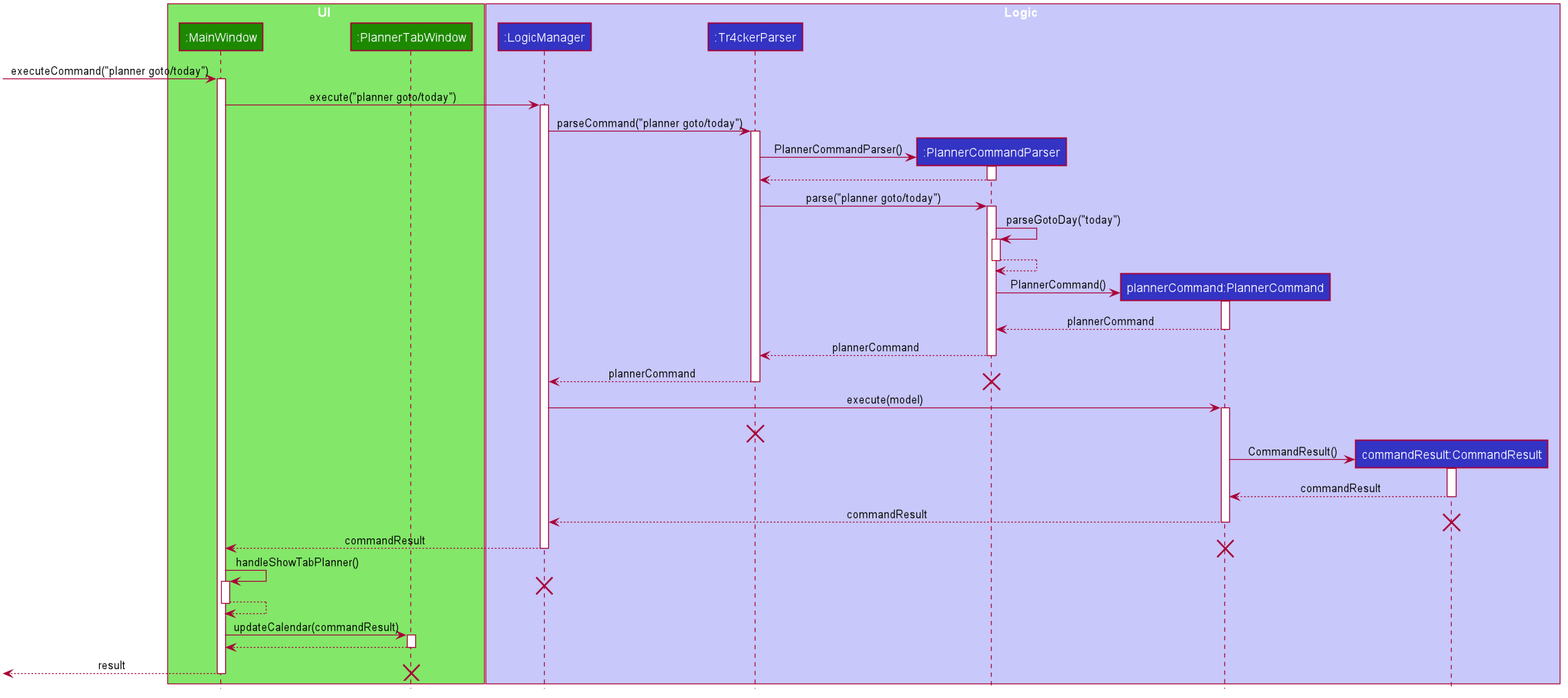
Earlier version of the PlantUML export docs/images/PlannerSequenceDiagram.png (yingqi0607/tp). The source it was exported from:
```plantuml
@startuml









skinparam BackgroundColor #FFFFFFF

skinparam Shadowing false

skinparam Class {
    FontColor #FFFFFF
    BorderThickness 1
    BorderColor #FFFFFF
    StereotypeFontColor #FFFFFF
    FontName Arial
}

skinparam Actor {
    BorderColor #000000
    Color #000000
    FontName Arial
}

skinparam Sequence {
    MessageAlign center
    BoxFontSize 15
    BoxPadding 0
    BoxFontColor #FFFFFF
    FontName Arial
}

skinparam Participant {
    FontColor #FFFFFFF
    Padding 20
}

skinparam MinClassWidth 50
skinparam ParticipantPadding 10
skinparam Shadowing false
skinparam DefaultTextAlignment center
skinparam packageStyle Rectangle

hide footbox
hide circle

box UI #83E769
participant ":MainWindow" as MainWindow #1D8900
participant ":PlannerTabWindow" as PlannerTabWindow #1D8900
end box

box Logic #C8C8FA
participant ":LogicManager" as LogicManager #3333C4
participant ":Tr4ckerParser" as Tr4ckerParser #3333C4
participant ":PlannerCommandParser" as PlannerCommandParser #3333C4
participant "plannerCommand:PlannerCommand" as PlannerCommand #3333C4
participant "commandResult:CommandResult" as CommandResult #3333C4
end box

[-> MainWindow : executeCommand("planner goto/today")
activate MainWindow

MainWindow -> LogicManager : execute("planner goto/today")
activate LogicManager

LogicManager -> Tr4ckerParser : parseCommand("planner goto/today")
activate Tr4ckerParser

create PlannerCommandParser
Tr4ckerParser -> PlannerCommandParser : PlannerCommandParser()
activate PlannerCommandParser

PlannerCommandParser --> Tr4ckerParser
deactivate PlannerCommandParser

Tr4ckerParser -> PlannerCommandParser : parse("planner goto/today")
activate PlannerCommandParser

PlannerCommandParser -> PlannerCommandParser : parseGotoDay("today")
activate PlannerCommandParser
PlannerCommandParser --> PlannerCommandParser
deactivate PlannerCommandParser

create PlannerCommand
PlannerCommandParser -> PlannerCommand : PlannerCommand()
activate PlannerCommand

PlannerCommand --> PlannerCommandParser : plannerCommand
deactivate PlannerCommand
PlannerCommandParser --> Tr4ckerParser : plannerCommand
deactivate PlannerCommandParser
Tr4ckerParser --> LogicManager : plannerCommand
deactivate Tr4ckerParser
destroy PlannerCommandParser

LogicManager -> PlannerCommand : execute(model)
activate PlannerCommand
destroy Tr4ckerParser

create CommandResult
PlannerCommand -> CommandResult : CommandResult()
activate CommandResult

CommandResult --> PlannerCommand : commandResult
deactivate CommandResult
PlannerCommand --> LogicManager : commandResult
deactivate PlannerCommand
destroy CommandResult
LogicManager --> MainWindow : commandResult
deactivate LogicManager
destroy PlannerCommand

MainWindow -> MainWindow : handleShowTabPlanner()
destroy LogicManager
activate MainWindow
MainWindow --> MainWindow
deactivate MainWindow

MainWindow -> PlannerTabWindow : updateCalendar(commandResult)
activate PlannerTabWindow
PlannerTabWindow --> MainWindow
deactivate PlannerTabWindow

[<-- MainWindow : result
deactivate MainWindow
destroy PlannerTabWindow
@enduml
```
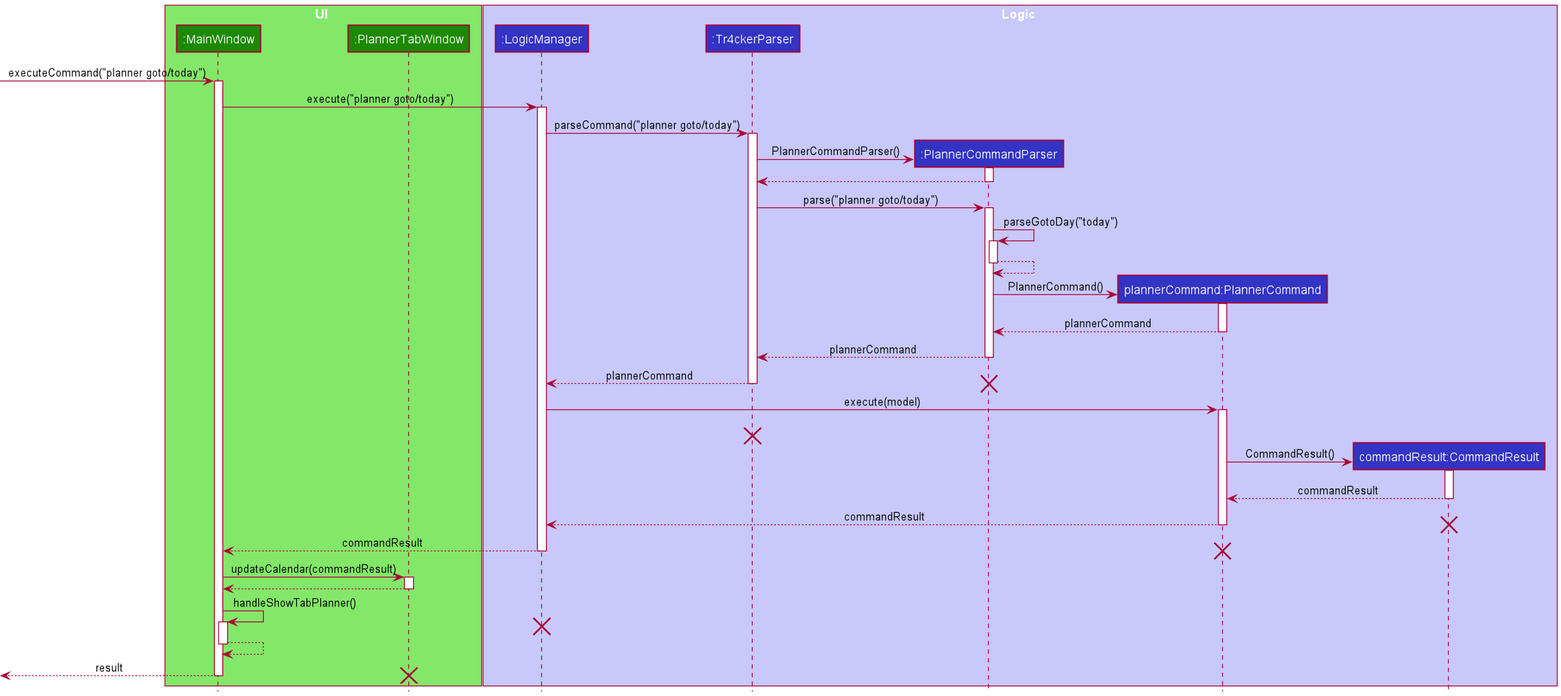
After the commit.

Commit message:
Update DG for Planner tab

Change to the diagram source:
```diff
@@ -1,64 +1,17 @@
 @startuml
+!include style.puml
 
-
-
-
-
-
-
-
-
-skinparam BackgroundColor #FFFFFFF
-
-skinparam Shadowing false
-
-skinparam Class {
-    FontColor #FFFFFF
-    BorderThickness 1
-    BorderColor #FFFFFF
-    StereotypeFontColor #FFFFFF
-    FontName Arial
-}
-
-skinparam Actor {
-    BorderColor #000000
-    Color #000000
-    FontName Arial
-}
-
-skinparam Sequence {
-    MessageAlign center
-    BoxFontSize 15
-    BoxPadding 0
-    BoxFontColor #FFFFFF
-    FontName Arial
-}
-
-skinparam Participant {
-    FontColor #FFFFFFF
-    Padding 20
-}
-
-skinparam MinClassWidth 50
-skinparam ParticipantPadding 10
-skinparam Shadowing false
-skinparam DefaultTextAlignment center
-skinparam packageStyle Rectangle
-
-hide footbox
-hide circle
-
-box UI #83E769
-participant ":MainWindow" as MainWindow #1D8900
-participant ":PlannerTabWindow" as PlannerTabWindow #1D8900
+box UI UI_COLOR_T1
+participant ":MainWindow" as MainWindow UI_COLOR
+participant ":PlannerTabWindow" as PlannerTabWindow UI_COLOR
 end box
 
-box Logic #C8C8FA
-participant ":LogicManager" as LogicManager #3333C4
-participant ":Tr4ckerParser" as Tr4ckerParser #3333C4
-participant ":PlannerCommandParser" as PlannerCommandParser #3333C4
-participant "plannerCommand:PlannerCommand" as PlannerCommand #3333C4
-participant "commandResult:CommandResult" as CommandResult #3333C4
+box Logic LOGIC_COLOR_T1
+participant ":LogicManager" as LogicManager LOGIC_COLOR
+participant ":Tr4ckerParser" as Tr4ckerParser LOGIC_COLOR
+participant ":PlannerCommandParser" as PlannerCommandParser LOGIC_COLOR
+participant "plannerCommand:PlannerCommand" as PlannerCommand LOGIC_COLOR
+participant "commandResult:CommandResult" as CommandResult LOGIC_COLOR
 end box
 
 [-> MainWindow : executeCommand("planner goto/today")
@@ -114,17 +67,17 @@
 deactivate LogicManager
 destroy PlannerCommand
 
+MainWindow -> PlannerTabWindow : updateCalendar(commandResult)
+activate PlannerTabWindow
+PlannerTabWindow --> MainWindow
+deactivate PlannerTabWindow
+
 MainWindow -> MainWindow : handleShowTabPlanner()
 destroy LogicManager
 activate MainWindow
 MainWindow --> MainWindow
 deactivate MainWindow
 
-MainWindow -> PlannerTabWindow : updateCalendar(commandResult)
-activate PlannerTabWindow
-PlannerTabWindow --> MainWindow
-deactivate PlannerTabWindow
-
 [<-- MainWindow : result
 deactivate MainWindow
 destroy PlannerTabWindow
```
